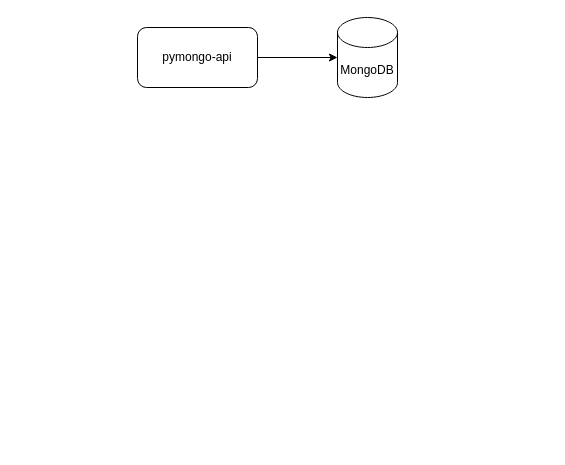
Rainbow42/architecture-pro-black_friday keeps this draw.io diagram as task1/task1_only_shards.drawio. Above is the earlier version. Source tidied: cells renumbered, new cells numbered last; positions are measured from the earlier drawing's top-left corner, leaving out a move shared by most shapes. Both pictures are drawn from the tidied source at 100%, with x=0, y=0 at pixel (137, 17).
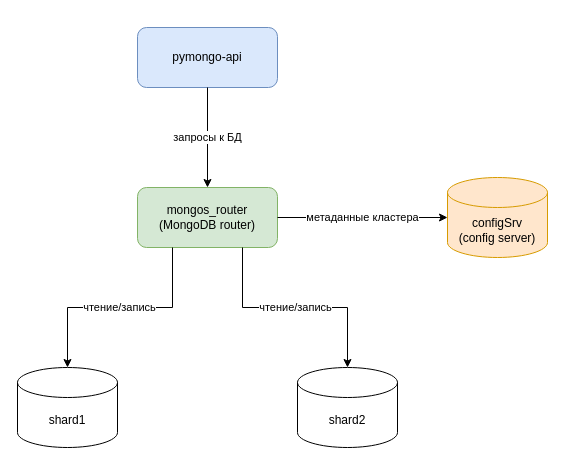
The same page after the edit.

Change to the diagram source:
```diff
@@
 <mxGraphModel>
   <root>
     <mxCell id="0" />
     <mxCell id="1" parent="0" />
-    <mxCell id="2" value="MongoDB" style="shape=cylinder3;whiteSpace=wrap;html=1;boundedLbl=1;backgroundOutline=1;size=15;" parent="1" vertex="1">
-      <mxGeometry x="200" width="60" height="80" as="geometry" />
-    </mxCell>
-    <mxCell id="3" value="pymongo-api" style="rounded=1;whiteSpace=wrap;html=1;" parent="1" vertex="1">
-      <mxGeometry y="10" width="120" height="60" as="geometry" />
+    <mxCell id="3" value="pymongo-api" style="rounded=1;whiteSpace=wrap;html=1;fillColor=#dae8fc;strokeColor=#6c8ebf;" parent="1" vertex="1">
+      <mxGeometry y="10" width="140" height="60" as="geometry" />
     </mxCell>
-    <mxCell id="4" style="edgeStyle=orthogonalEdgeStyle;rounded=0;jettySize=auto;html=1;exitX=1;exitY=0.5;exitDx=0;exitDy=0;entryX=0;entryY=0.5;entryDx=0;entryDy=0;entryPerimeter=0;" parent="1" edge="1" source="3" target="2">
-      <mxGeometry relative="1" as="geometry" />
-    </mxCell>
+    <mxCell id="5" value="mongos_router&#10;(MongoDB router)" style="rounded=1;whiteSpace=wrap;html=1;fillColor=#d5e8d4;strokeColor=#82b366;" parent="1" vertex="1">
+      <mxGeometry y="170" width="140" height="60" as="geometry" />
+    </mxCell>
+    <mxCell id="6" value="configSrv&#10;(config server)" style="shape=cylinder3;whiteSpace=wrap;html=1;boundedLbl=1;backgroundOutline=1;size=15;fillColor=#ffe6cc;strokeColor=#d79b00;" parent="1" vertex="1">
+      <mxGeometry x="310" y="160" width="100" height="80" as="geometry" />
+    </mxCell>
+    <mxCell id="7" value="shard1" style="shape=cylinder3;whiteSpace=wrap;html=1;boundedLbl=1;backgroundOutline=1;size=15;" parent="1" vertex="1">
+      <mxGeometry x="-120" y="350" width="100" height="80" as="geometry" />
+    </mxCell>
+    <mxCell id="8" value="shard2" style="shape=cylinder3;whiteSpace=wrap;html=1;boundedLbl=1;backgroundOutline=1;size=15;" parent="1" vertex="1">
+      <mxGeometry x="160" y="350" width="100" height="80" as="geometry" />
+    </mxCell>
+    <mxCell id="9" value="запросы к БД" style="edgeStyle=orthogonalEdgeStyle;rounded=0;jettySize=auto;html=1;exitX=0.5;exitY=1;exitDx=0;exitDy=0;entryX=0.5;entryY=0;entryDx=0;entryDy=0;" parent="1" edge="1" source="3" target="5">
+      <mxGeometry relative="1" as="geometry" />
+    </mxCell>
+    <mxCell id="10" value="метаданные кластера" style="edgeStyle=orthogonalEdgeStyle;rounded=0;jettySize=auto;html=1;exitX=1;exitY=0.5;exitDx=0;exitDy=0;entryX=0;entryY=0.5;entryDx=0;entryDy=0;entryPerimeter=0;" parent="1" edge="1" source="5" target="6">
+      <mxGeometry relative="1" as="geometry" />
+    </mxCell>
+    <mxCell id="11" value="чтение/запись" style="edgeStyle=orthogonalEdgeStyle;rounded=0;jettySize=auto;html=1;exitX=0.25;exitY=1;exitDx=0;exitDy=0;entryX=0.5;entryY=0;entryDx=0;entryDy=0;entryPerimeter=0;" parent="1" edge="1" source="5" target="7">
+      <mxGeometry relative="1" as="geometry" />
+    </mxCell>
+    <mxCell id="12" value="чтение/запись" style="edgeStyle=orthogonalEdgeStyle;rounded=0;jettySize=auto;html=1;exitX=0.75;exitY=1;exitDx=0;exitDy=0;entryX=0.5;entryY=0;entryDx=0;entryDy=0;entryPerimeter=0;" parent="1" edge="1" source="5" target="8">
+      <mxGeometry relative="1" as="geometry" />
+    </mxCell>
   </root>
 </mxGraphModel>
```
